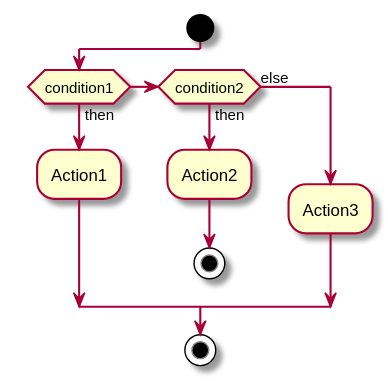
USantaTecla-0-general/3-publicaciones keeps this PlantUML diagram as USantaTecla/tech-plantuml/images/Ejemplo69.svg. Above is the earlier version.
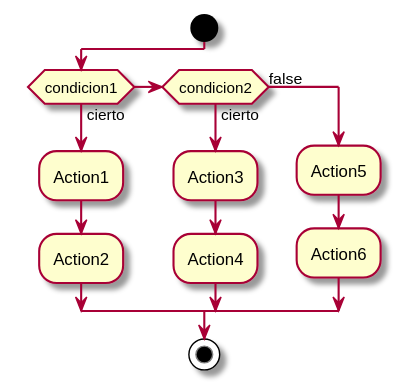
The same diagram one commit later.

Diff of the diagram source:
```diff
@@ -1,12 +1,14 @@
 @startuml
 start
-if (condition1) then (then)
+if (condicion1) then (cierto)
   :Action1;
-elseif (condition2) then (then)
   :Action2;
-  stop
-else (else)
+elseif (condicion2) then (cierto)
   :Action3;
+  :Action4;
+else (false)
+  :Action5;
+  :Action6;
 endif
 stop
 @enduml
```
